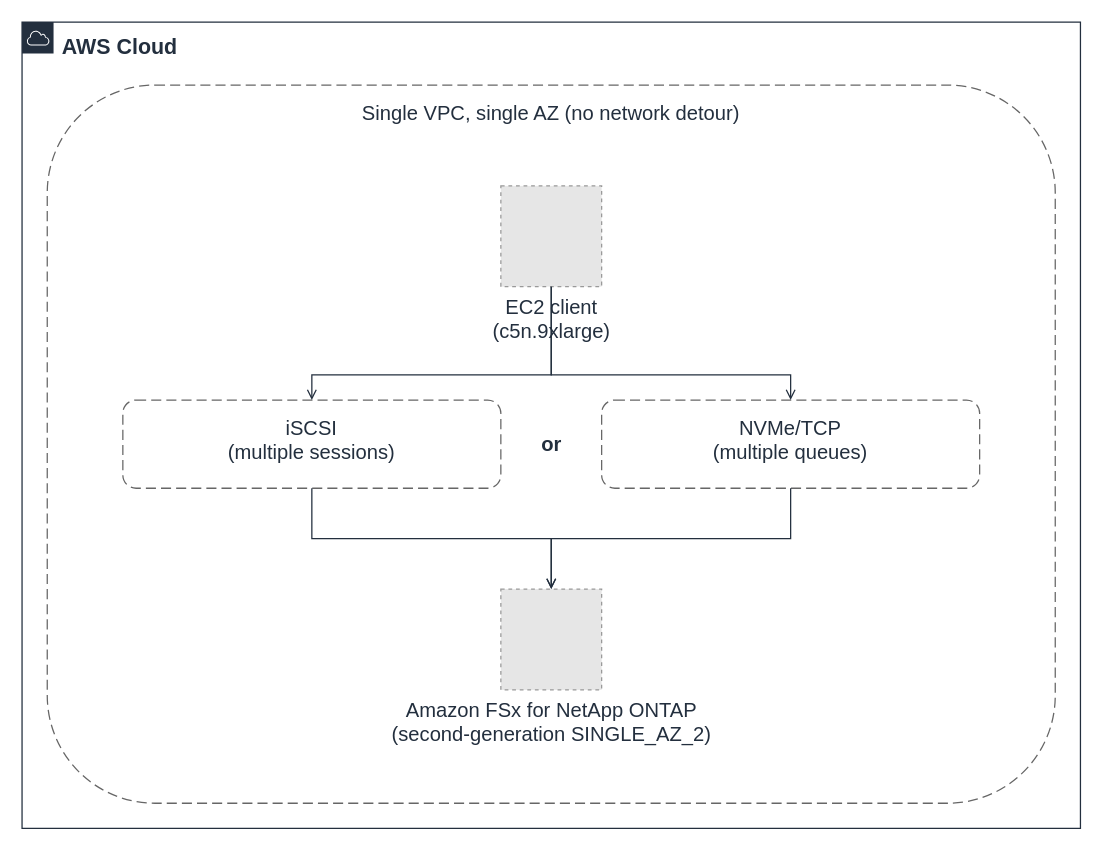
Earlier version of the draw.io diagram docs/_assets/diagrams/s3burst-block-a-sessions-en.drawio (Yoshiki0705/S3-Burst-on-ONTAP-Files). Source tidied: cells renumbered, new cells numbered last; positions are measured from the earlier drawing's top-left corner, leaving out a move shared by most shapes. Both pictures are drawn from the tidied source at 126%, with x=0, y=0 at pixel (21, 21). Pictures stored in the file or linked from it are replaced by grey dashed boxes.
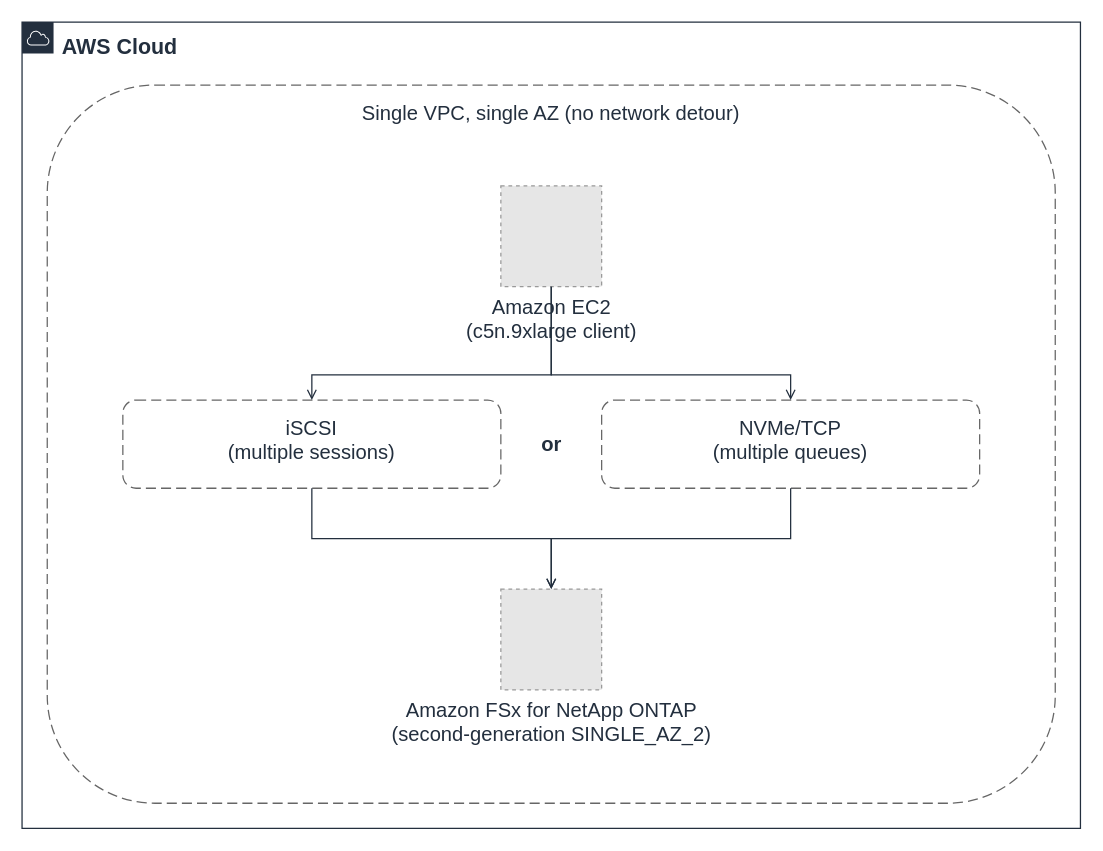
Above is the later version.

The edit, as a diff of the source:
```diff
@@
 <mxGraphModel>
   <root>
     <mxCell id="0" />
     <mxCell id="1" parent="0" />
     <mxCell id="2" value="AWS Cloud" style="gradientColor=none;html=1;whiteSpace=wrap;fontSize=17;fontStyle=1;fontColor=#232F3E;shape=mxgraph.aws4.group;grIcon=mxgraph.aws4.group_aws_cloud;strokeColor=#232F3E;fillColor=none;verticalAlign=top;align=left;spacingLeft=30;spacingTop=4;dashed=0;" parent="1" vertex="1">
       <mxGeometry width="840" height="640" as="geometry" />
     </mxCell>
     <mxCell id="3" value="Single VPC, single AZ (no network detour)" style="rounded=1;whiteSpace=wrap;html=1;dashed=1;dashPattern=8 4;strokeColor=#666666;fillColor=none;fontColor=#232F3E;fontSize=16;verticalAlign=top;align=center;spacingTop=6;" parent="1" vertex="1">
       <mxGeometry x="20" y="50" width="800" height="570" as="geometry" />
     </mxCell>
     <mxCell id="4" value="iSCSI&#10;(multiple sessions)" style="rounded=1;whiteSpace=wrap;html=1;dashed=1;dashPattern=8 4;strokeColor=#666666;fillColor=none;fontColor=#232F3E;fontSize=16;verticalAlign=top;align=center;spacingTop=6;" parent="1" vertex="1">
       <mxGeometry x="80" y="300" width="300" height="70" as="geometry" />
     </mxCell>
     <mxCell id="5" value="NVMe/TCP&#10;(multiple queues)" style="rounded=1;whiteSpace=wrap;html=1;dashed=1;dashPattern=8 4;strokeColor=#666666;fillColor=none;fontColor=#232F3E;fontSize=16;verticalAlign=top;align=center;spacingTop=6;" parent="1" vertex="1">
       <mxGeometry x="460" y="300" width="300" height="70" as="geometry" />
     </mxCell>
     <mxCell id="6" value="or" style="text;html=1;strokeColor=none;fillColor=none;align=center;verticalAlign=middle;fontSize=16;fontStyle=1;fontColor=#232F3E;" parent="1" vertex="1">
       <mxGeometry x="390" y="325" width="60" height="20" as="geometry" />
     </mxCell>
-    <mxCell id="7" value="EC2 client&#10;(c5n.9xlarge)" style="fillColor=#E6E6E6;strokeColor=#999999;dashed=1;html=1;verticalLabelPosition=bottom;verticalAlign=top;labelPosition=center;align=center;fontSize=16;fontColor=#232F3E;" parent="1" vertex="1">
+    <mxCell id="7" value="Amazon EC2&#10;(c5n.9xlarge client)" style="fillColor=#E6E6E6;strokeColor=#999999;dashed=1;html=1;verticalLabelPosition=bottom;verticalAlign=top;labelPosition=center;align=center;fontSize=16;fontColor=#232F3E;" parent="1" vertex="1">
       <mxGeometry x="380" y="130" width="80" height="80" as="geometry" />
     </mxCell>
     <mxCell id="8" value="Amazon FSx for NetApp ONTAP&#10;(second-generation SINGLE_AZ_2)" style="fillColor=#E6E6E6;strokeColor=#999999;dashed=1;html=1;verticalLabelPosition=bottom;verticalAlign=top;labelPosition=center;align=center;fontSize=16;fontColor=#232F3E;" parent="1" vertex="1">
       <mxGeometry x="380" y="450" width="80" height="80" as="geometry" />
     </mxCell>
     <mxCell id="9" style="edgeStyle=orthogonalEdgeStyle;rounded=0;html=1;endArrow=open;endFill=0;strokeColor=#232F3E;strokeWidth=1;fontSize=16;fontColor=#232F3E;exitX=0.5;exitY=1.0;exitDx=0;exitDy=0;entryX=0.5;entryY=0.0;entryDx=0;entryDy=0;" parent="1" edge="1" source="7" target="4">
       <mxGeometry relative="1" as="geometry">
         <Array as="points">
           <mxPoint x="420" y="280" />
           <mxPoint x="230" y="280" />
         </Array>
       </mxGeometry>
     </mxCell>
     <mxCell id="10" style="edgeStyle=orthogonalEdgeStyle;rounded=0;html=1;endArrow=open;endFill=0;strokeColor=#232F3E;strokeWidth=1;fontSize=16;fontColor=#232F3E;exitX=0.5;exitY=1.0;exitDx=0;exitDy=0;entryX=0.5;entryY=0.0;entryDx=0;entryDy=0;" parent="1" edge="1" source="7" target="5">
       <mxGeometry relative="1" as="geometry">
         <Array as="points">
           <mxPoint x="420" y="280" />
           <mxPoint x="610" y="280" />
         </Array>
       </mxGeometry>
     </mxCell>
     <mxCell id="11" style="edgeStyle=orthogonalEdgeStyle;rounded=0;html=1;endArrow=open;endFill=0;strokeColor=#232F3E;strokeWidth=1;fontSize=16;fontColor=#232F3E;exitX=0.5;exitY=1.0;exitDx=0;exitDy=0;entryX=0.5;entryY=0.0;entryDx=0;entryDy=0;" parent="1" edge="1" source="4" target="8">
       <mxGeometry relative="1" as="geometry">
         <Array as="points">
           <mxPoint x="230" y="410" />
           <mxPoint x="420" y="410" />
         </Array>
       </mxGeometry>
     </mxCell>
     <mxCell id="12" style="edgeStyle=orthogonalEdgeStyle;rounded=0;html=1;endArrow=open;endFill=0;strokeColor=#232F3E;strokeWidth=1;fontSize=16;fontColor=#232F3E;exitX=0.5;exitY=1.0;exitDx=0;exitDy=0;entryX=0.5;entryY=0.0;entryDx=0;entryDy=0;" parent="1" edge="1" source="5" target="8">
       <mxGeometry relative="1" as="geometry">
         <Array as="points">
           <mxPoint x="610" y="410" />
           <mxPoint x="420" y="410" />
         </Array>
       </mxGeometry>
     </mxCell>
   </root>
 </mxGraphModel>
```
